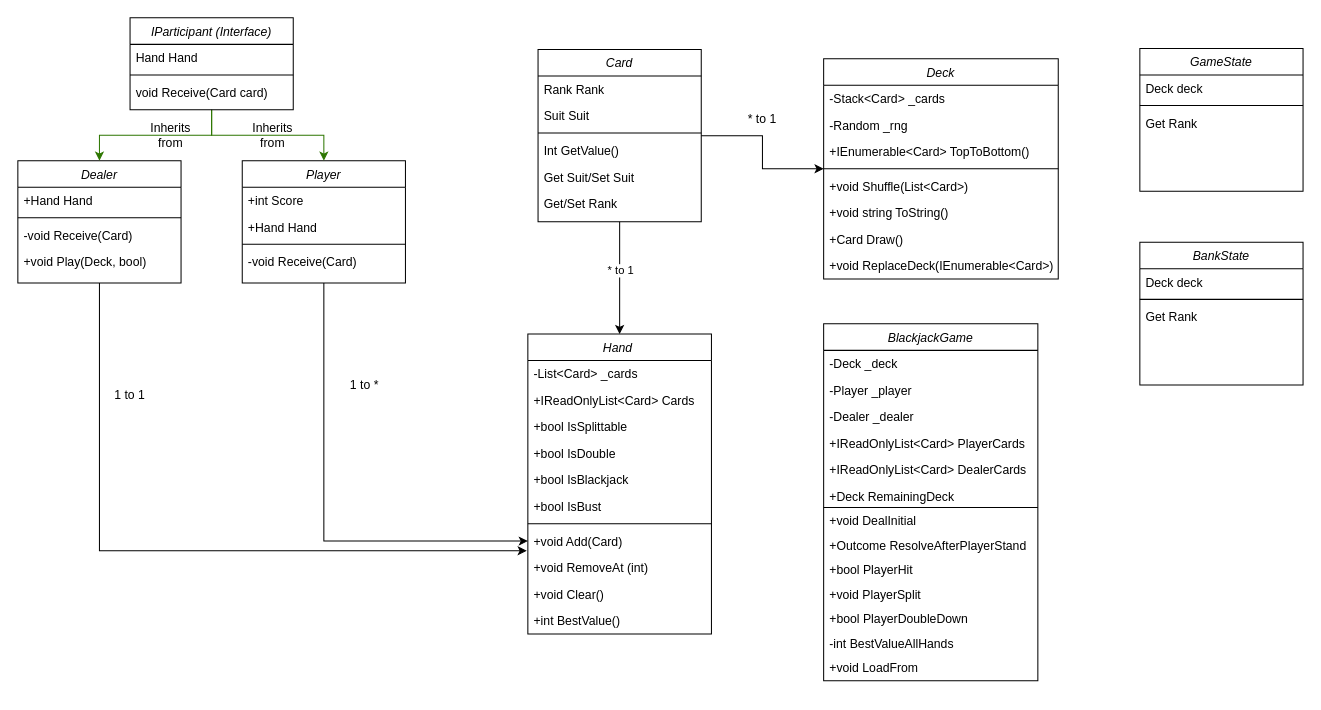
originalanon/Blackjack-Web keeps this draw.io diagram as Design/Blackjack.drawio. Above is the earlier version. Source tidied: cells renumbered, new cells numbered last; positions are measured from the earlier drawing's top-left corner, leaving out a move shared by most shapes. Both pictures are drawn from the tidied source at 102%, with x=0, y=0 at pixel (17, 17).
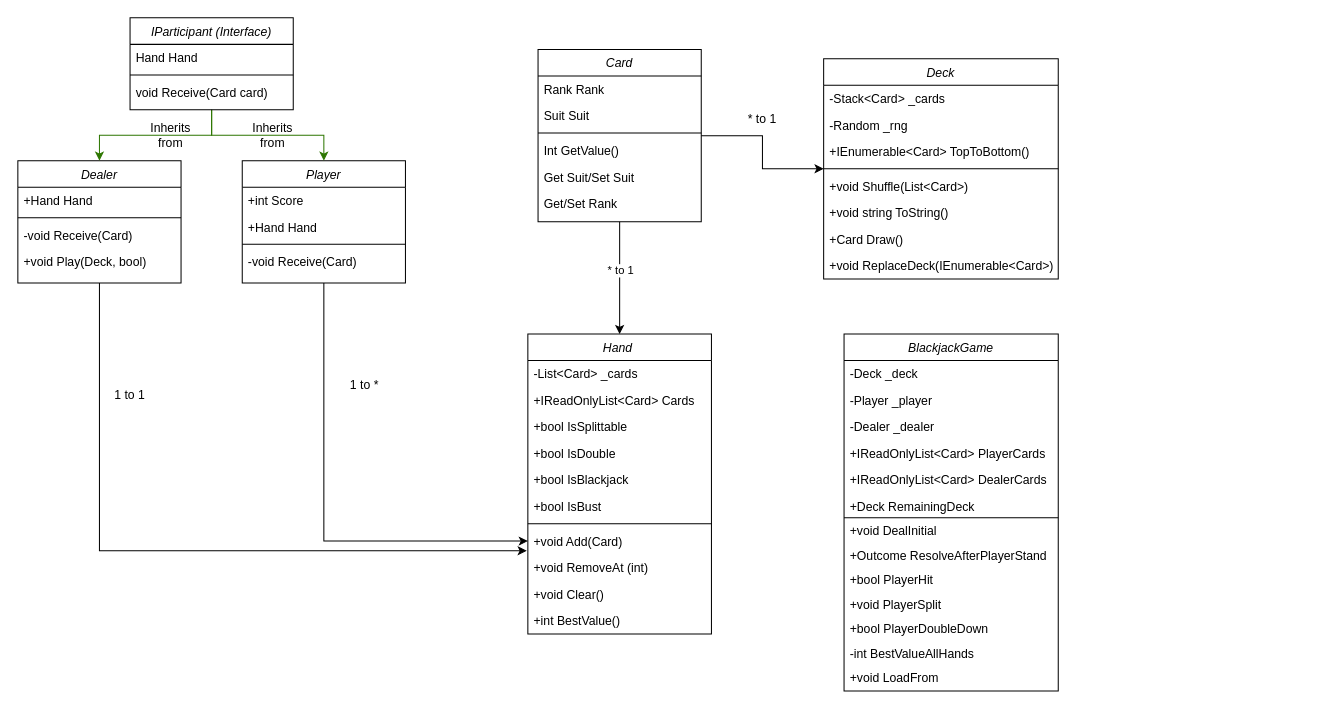
The same diagram, later.

Commit message (it also covers changes not shown here):
Converted drawio to PlantUML for better design

Diff of the diagram source:
```diff
@@
-<mxGraphModel>
+<mxGraphModel background="#ffffff">
@@
     <mxCell id="33" value="BlackjackGame&#10;" style="swimlane;fontStyle=2;align=center;verticalAlign=top;horizontal=1;startSize=26;rounded=0;shadow=0;strokeWidth=1;" parent="1" vertex="1">
-      <mxGeometry x="790" y="300" width="210" height="350" as="geometry" />
+      <mxGeometry x="810" y="310" width="210" height="350" as="geometry" />
     </mxCell>
@@
-    <mxCell id="48" value="GameState&#10;" style="swimlane;fontStyle=2;align=center;verticalAlign=top;horizontal=1;startSize=26;rounded=0;shadow=0;strokeWidth=1;" parent="1" vertex="1">
-      <mxGeometry x="1100" y="30" width="160" height="140" as="geometry" />
-    </mxCell>
-    <mxCell id="49" value="Deck deck" style="text;align=left;verticalAlign=top;spacingLeft=4;spacingRight=4;overflow=hidden;" parent="48" vertex="1">
-      <mxGeometry y="26" width="160" height="26" as="geometry" />
-    </mxCell>
-    <mxCell id="50" style="line;html=1;strokeWidth=1;align=left;verticalAlign=middle;spacingTop=-1;spacingLeft=3;spacingRight=3;labelPosition=right;" parent="48" vertex="1">
-      <mxGeometry y="52" width="160" height="8" as="geometry" />
-    </mxCell>
-    <mxCell id="51" value="Get Rank" style="text;align=left;verticalAlign=top;spacingLeft=4;spacingRight=4;overflow=hidden;" parent="48" vertex="1">
-      <mxGeometry y="60" width="160" height="26" as="geometry" />
-    </mxCell>
@@
-    <mxCell id="74" value="BankState&#10;&#10;" style="swimlane;fontStyle=2;align=center;verticalAlign=top;horizontal=1;startSize=26;rounded=0;shadow=0;strokeWidth=1;" parent="1" vertex="1">
-      <mxGeometry x="1100" y="220" width="160" height="140" as="geometry" />
-    </mxCell>
-    <mxCell id="75" value="Deck deck" style="text;align=left;verticalAlign=top;spacingLeft=4;spacingRight=4;overflow=hidden;" parent="74" vertex="1">
-      <mxGeometry y="26" width="160" height="26" as="geometry" />
-    </mxCell>
-    <mxCell id="76" style="line;html=1;strokeWidth=1;align=left;verticalAlign=middle;spacingTop=-1;spacingLeft=3;spacingRight=3;labelPosition=right;" parent="74" vertex="1">
-      <mxGeometry y="52" width="160" height="8" as="geometry" />
-    </mxCell>
-    <mxCell id="77" value="Get Rank" style="text;align=left;verticalAlign=top;spacingLeft=4;spacingRight=4;overflow=hidden;" parent="74" vertex="1">
-      <mxGeometry y="60" width="160" height="26" as="geometry" />
-    </mxCell>
```
